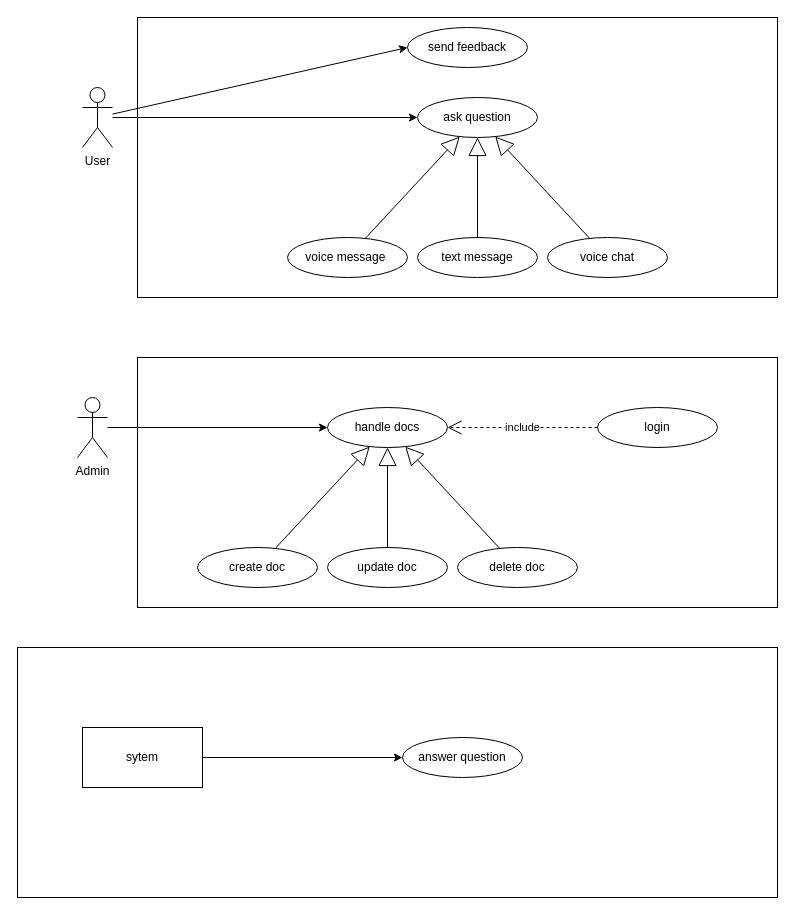
Earlier version of the draw.io diagram diagrams/use-case.drawio (B-AJ-Amar/GL-final-project). Source tidied: cells renumbered, new cells numbered last; positions are measured from the earlier drawing's top-left corner, leaving out a move shared by most shapes. Both pictures are drawn from the tidied source at 100%, with x=0, y=0 at pixel (17, 17).
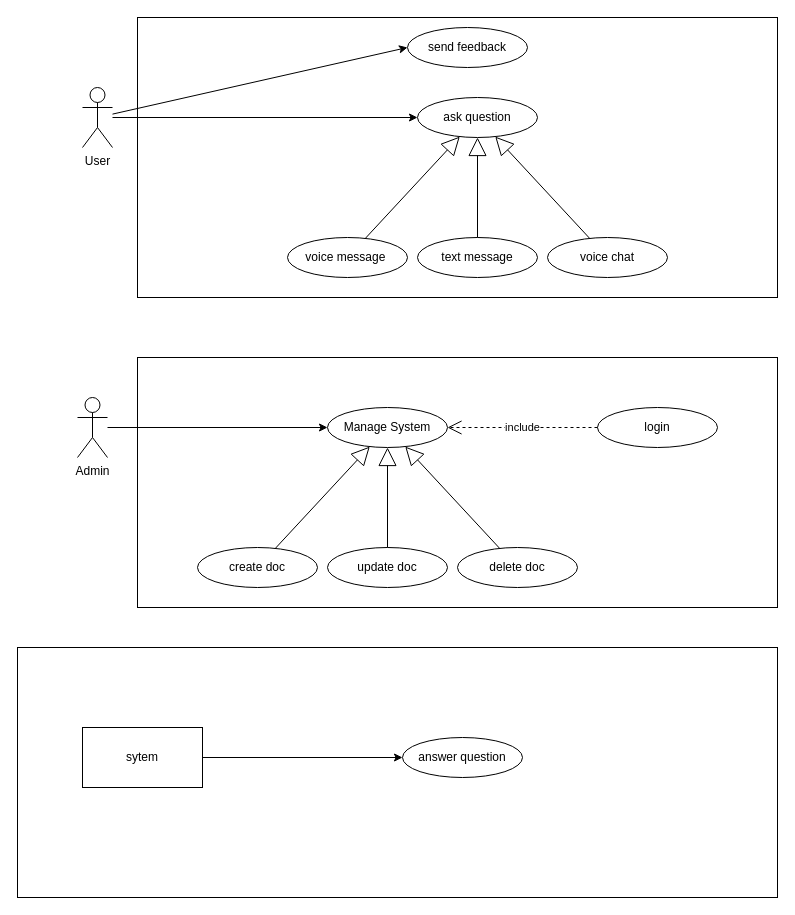
The same diagram, later.

What changed in the source:
```diff
@@
-    <mxCell id="19" value="handle docs" style="ellipse;whiteSpace=wrap;html=1;" parent="1" vertex="1">
+    <mxCell id="19" value="Manage System" style="ellipse;whiteSpace=wrap;html=1;" parent="1" vertex="1">
       <mxGeometry x="310" y="390" width="120" height="40" as="geometry" />
     </mxCell>
```
